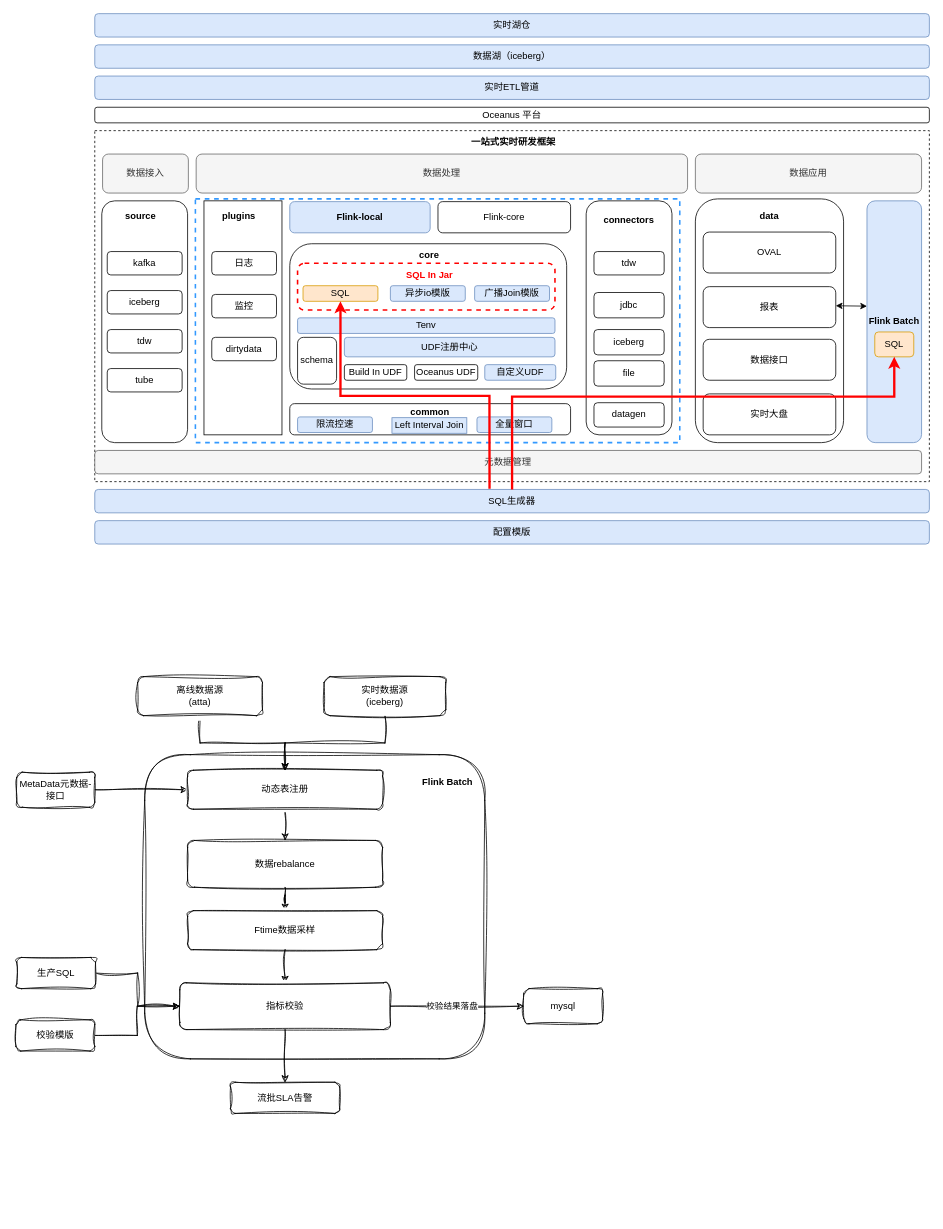
The draw.io diagram page "流批一体框架" (3 of 3) of 实时dataops-实时离线校验链路升级方案.drawio in Arthur-Lanc/drawio, before the edit. Source tidied: cells renumbered, new cells numbered last; positions are measured from the earlier drawing's top-left corner, leaving out a move shared by most shapes. Both pictures are drawn from the tidied source at 78%, with x=0, y=0 at pixel (16, 13).
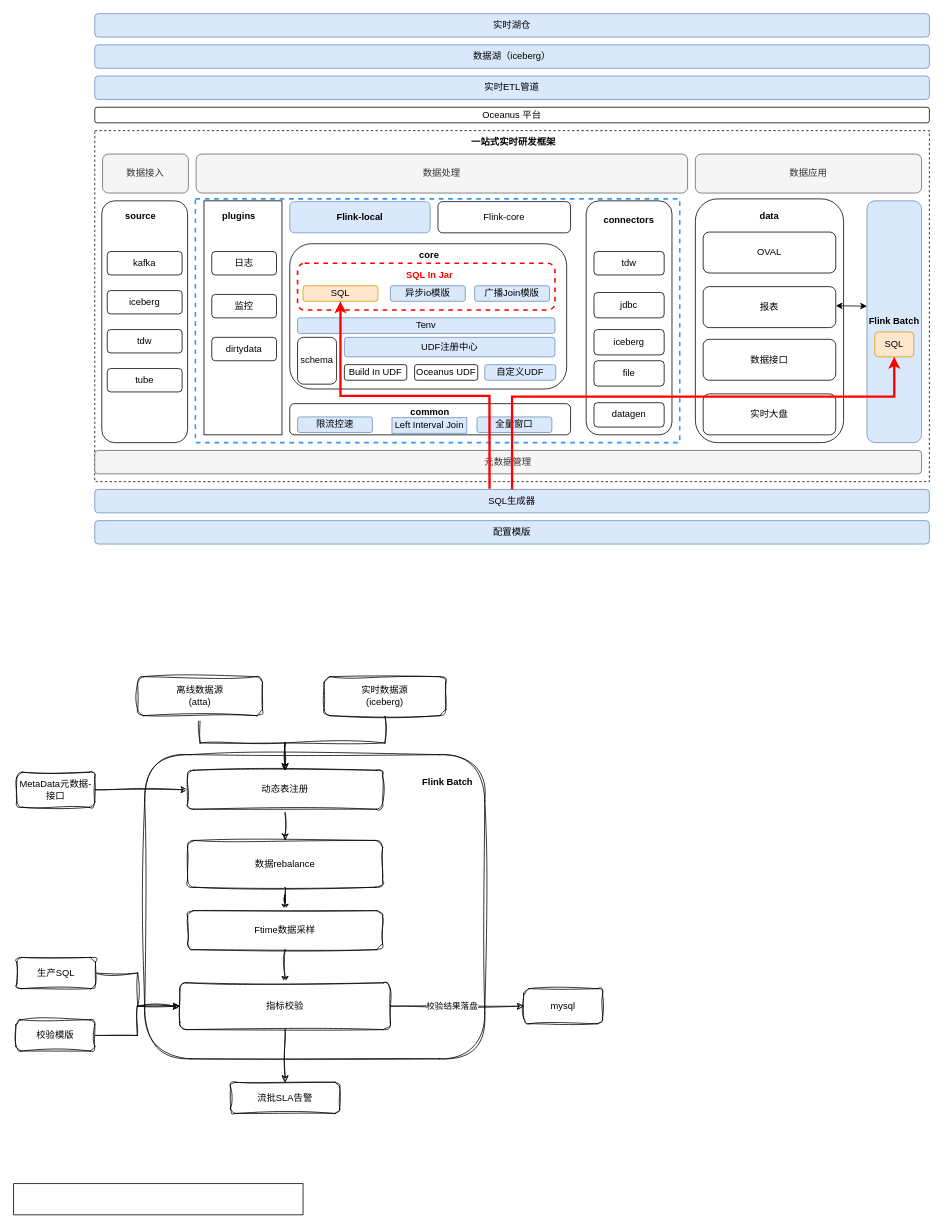
The same diagram, later.

Commit message:
更新实时dataops-实时离线校验链路升级方案.drawio

The edit, as a diff of the source:
```diff
@@
+    <mxCell id="88" style="rounded=0;whiteSpace=wrap;html=1;" parent="1" vertex="1">
+      <mxGeometry x="-3" y="1500" width="371" height="40" as="geometry" />
+    </mxCell>
```
